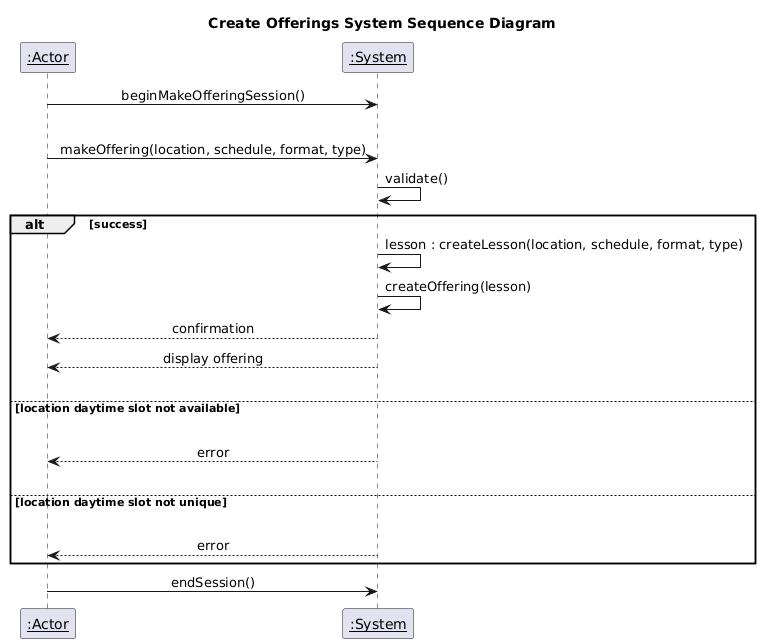
The PlantUML diagram deliverables/assets/create_offering_system_sequence_diagram.png in PrinceOfNothingg/Lesson-Booking-Management-System, before a commit. The source it was exported from:
```plantuml
@startuml
participant "__:Actor__" as actor
participant "__:System__" as system

title Create Offerings System Sequence Diagram

skinparam sequenceMessageAlign center


actor -> system : beginMakeOfferingSession()
|||
actor -> system : makeOffering(location, schedule, format, type)


system -> system : validate()

alt success
  system -> system : lesson : createLesson(location, schedule, format, type)
  system -> system : createOffering(lesson)
  system --> actor : confirmation
  system --> actor : display offering
|||
else location daytime slot not available
|||
  system --> actor : error
|||
else location daytime slot not unique
|||
  system --> actor : error
end

actor -> system : endSession()
@enduml
```
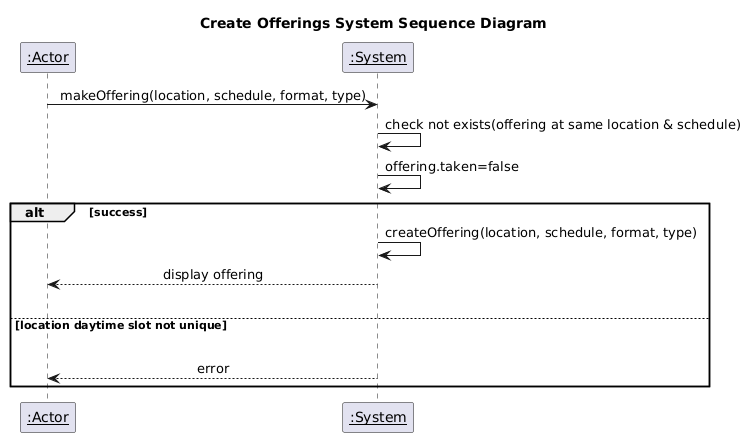
Above is the later version.

Change to the diagram source:
```diff
@@ -6,28 +6,17 @@
 
 skinparam sequenceMessageAlign center
 
-
-actor -> system : beginMakeOfferingSession()
-|||
 actor -> system : makeOffering(location, schedule, format, type)
 
-
-system -> system : validate()
+system -> system : check not exists(offering at same location & schedule)
+system -> system : offering.taken=false
 
 alt success
-  system -> system : lesson : createLesson(location, schedule, format, type)
-  system -> system : createOffering(lesson)
-  system --> actor : confirmation
+  system -> system : createOffering(location, schedule, format, type)
   system --> actor : display offering
-|||
-else location daytime slot not available
-|||
-  system --> actor : error
 |||
 else location daytime slot not unique
 |||
   system --> actor : error
 end
-
-actor -> system : endSession()
 @enduml
```
